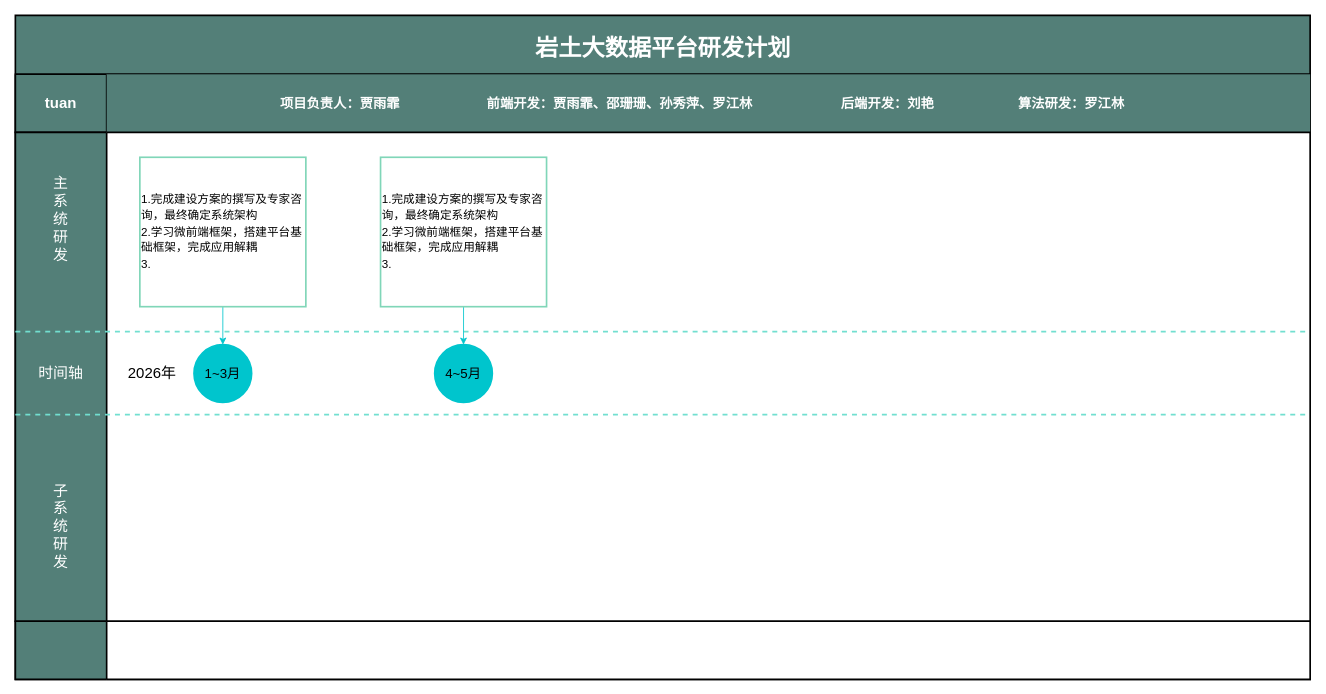
The draw.io diagram page "研发计划" (3 of 3) of 岩土大数据平台架构.drawio in JiaYF1/my_draw_io, before the edit. Source tidied: cells renumbered, new cells numbered last; positions are measured from the earlier drawing's top-left corner, leaving out a move shared by most shapes. Both pictures are drawn from the tidied source at 83%, with x=0, y=0 at pixel (15, 15).
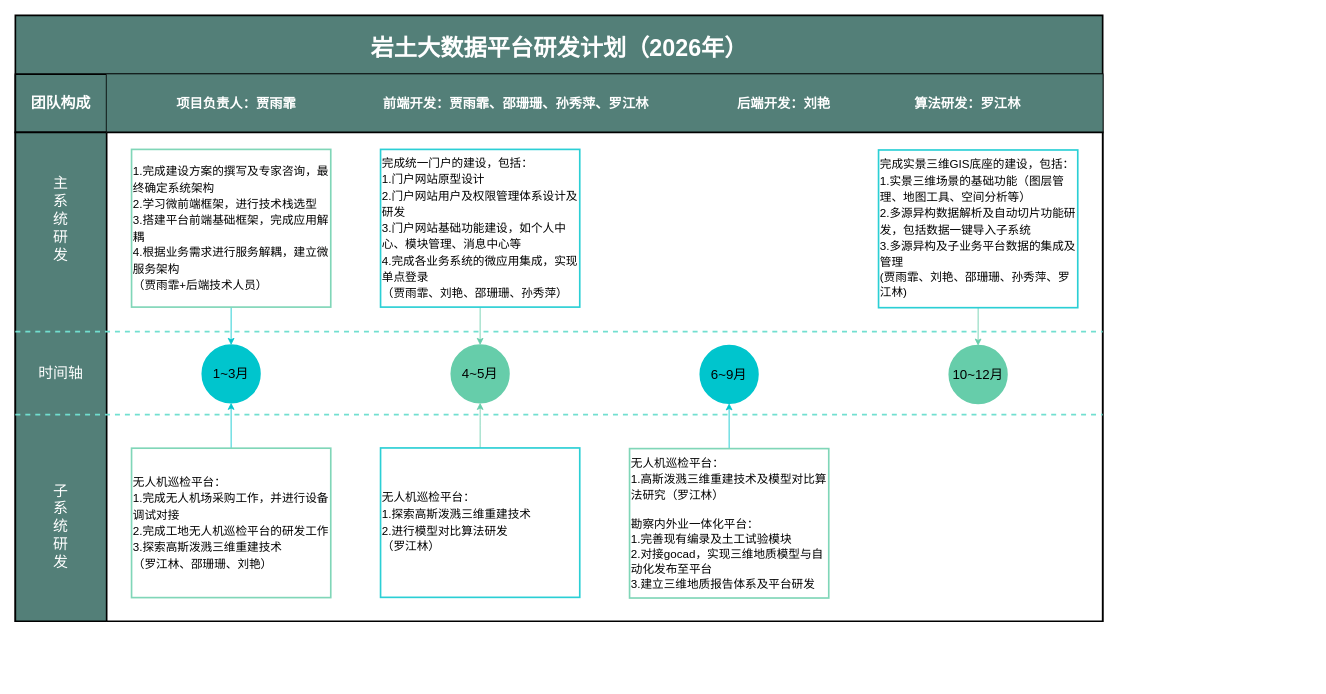
Above is the later version.

Diff of the diagram source:
```diff
@@
-    <mxCell id="2" value="&lt;font style=&quot;color: light-dark(rgb(255, 255, 255), rgb(237, 237, 237)); font-size: 28px;&quot;&gt;岩土大数据平台研发计划&lt;/font&gt;" style="swimlane;horizontal=1;startSize=71;html=1;strokeWidth=2;align=center;verticalAlign=middle;fontFamily=Helvetica;fontSize=42;fontStyle=1;labelBackgroundColor=none;rounded=0;fillColor=light-dark(#537F78,#EDEDED);swimlaneLine=1;glass=0;" parent="1" vertex="1">
-      <mxGeometry width="1560" height="800" as="geometry" />
+    <mxCell id="2" value="&lt;font style=&quot;color: light-dark(rgb(255, 255, 255), rgb(237, 237, 237)); font-size: 28px;&quot;&gt;岩土大数据平台研发计划（2026年）&lt;/font&gt;" style="swimlane;horizontal=1;startSize=71;html=1;strokeWidth=2;align=center;verticalAlign=middle;fontFamily=Helvetica;fontSize=42;fontStyle=1;labelBackgroundColor=none;rounded=0;fillColor=light-dark(#537F78,#EDEDED);swimlaneLine=1;glass=0;" parent="1" vertex="1">
+      <mxGeometry width="1310" height="730" as="geometry" />
     </mxCell>
     <mxCell id="3" style="swimlane;startSize=110;horizontal=0;strokeWidth=2;align=center;verticalAlign=middle;fontFamily=Helvetica;fontSize=42;fontStyle=1;labelBackgroundColor=none;rounded=0;swimlaneFillColor=default;strokeColor=default;fillColor=light-dark(#537F78,#EDEDED);labelPosition=center;verticalLabelPosition=middle;textDirection=rtl;fontColor=default;spacing=0;swimlaneLine=1;" parent="2" vertex="1">
-      <mxGeometry y="71" width="1560" height="70" as="geometry" />
+      <mxGeometry y="71" width="1310" height="70" as="geometry" />
     </mxCell>
     <mxCell id="4" value="&lt;font style=&quot;font-size: 16px; color: light-dark(rgb(255, 255, 255), rgb(237, 237, 237));&quot;&gt;&lt;b&gt;项目负责人：贾雨霏&lt;span style=&quot;white-space: pre;&quot;&gt;&#9;&lt;span style=&quot;white-space: pre;&quot;&gt;&#9;&lt;span style=&quot;white-space: pre;&quot;&gt;&#9;&lt;/span&gt;&lt;/span&gt;&lt;/span&gt;前端开发：贾雨霏、邵珊珊、孙秀萍、罗江林&lt;span style=&quot;white-space: pre;&quot;&gt;&#9;&lt;/span&gt;&lt;span style=&quot;white-space: pre;&quot;&gt;&#9;&lt;span style=&quot;white-space: pre;&quot;&gt;&#9;&lt;/span&gt;&lt;/span&gt;后端开发：刘艳&lt;span style=&quot;white-space: pre;&quot;&gt;&#9;&lt;/span&gt;&lt;span style=&quot;white-space: pre;&quot;&gt;&#9;&lt;span style=&quot;white-space: pre;&quot;&gt;&#9;&lt;/span&gt;&lt;/span&gt;算法研发：罗江林&lt;span style=&quot;white-space: pre;&quot;&gt;&#9;&lt;/span&gt;&lt;/b&gt;&lt;/font&gt;" style="text;html=1;whiteSpace=wrap;strokeColor=none;fillColor=light-dark(#537f78, #ededed);align=center;verticalAlign=middle;rounded=0;" parent="3" vertex="1">
-      <mxGeometry x="110" width="1450" height="70" as="geometry" />
+      <mxGeometry x="110" width="1200" height="70" as="geometry" />
     </mxCell>
-    <mxCell id="5" value="tuan" style="text;html=1;whiteSpace=wrap;strokeColor=none;fillColor=none;align=center;verticalAlign=middle;rounded=0;fontSize=18;fontColor=light-dark(#ffffff, #ededed);fontStyle=1;" parent="3" vertex="1">
+    <mxCell id="5" value="团队构成" style="text;html=1;whiteSpace=wrap;strokeColor=none;fillColor=none;align=center;verticalAlign=middle;rounded=0;fontSize=18;fontColor=light-dark(#ffffff, #ededed);fontStyle=1;" parent="3" vertex="1">
       <mxGeometry y="20" width="110" height="30" as="geometry" />
     </mxCell>
     <mxCell id="6" style="swimlane;startSize=110;horizontal=0;strokeWidth=2;align=center;verticalAlign=middle;fontFamily=Helvetica;fontSize=32;fontStyle=1;labelBackgroundColor=none;rounded=0;swimlaneFillColor=default;strokeColor=default;fillColor=light-dark(#537F78,#EDEDED);fontColor=light-dark(#fdfcfc, #ededed);html=1;convertToSvg=0;labelBorderColor=none;textShadow=0;movableLabel=0;fixedWidth=0;" parent="2" vertex="1">
-      <mxGeometry y="141" width="1560" height="589" as="geometry" />
+      <mxGeometry y="141" width="1310" height="589" as="geometry" />
     </mxCell>
@@
     <mxCell id="10" value="&lt;font style=&quot;font-size: 16px;&quot;&gt;1~3月&lt;/font&gt;" style="ellipse;whiteSpace=wrap;html=1;fillColor=light-dark(#00c5cd, #ededed);strokeColor=light-dark(#00c5cd, #ededed);strokeWidth=2;" parent="6" vertex="1">
-      <mxGeometry x="215.2" y="255.8" width="69.5" height="69.5" as="geometry" />
+      <mxGeometry x="225.2" y="256.2" width="69.5" height="69.5" as="geometry" />
     </mxCell>
-    <mxCell id="11" style="endArrow=none;dashed=1;html=1;exitX=0;exitY=0.5;exitDx=0;exitDy=0;entryX=1;entryY=0.5;entryDx=0;entryDy=0;strokeColor=light-dark(#72dfd0, #ededed);strokeWidth=2;" parent="6" edge="1">
+    <mxCell id="11" style="endArrow=none;dashed=1;html=1;exitX=0;exitY=0.5;exitDx=0;exitDy=0;strokeColor=light-dark(#72dfd0, #ededed);strokeWidth=2;" parent="6" edge="1">
       <mxGeometry relative="1" as="geometry">
         <mxPoint y="240" as="sourcePoint" />
-        <mxPoint x="1560" y="240" as="targetPoint" />
+        <mxPoint x="1310" y="240" as="targetPoint" />
       </mxGeometry>
     </mxCell>
-    <mxCell id="12" style="endArrow=none;dashed=1;html=1;exitX=0;exitY=0.5;exitDx=0;exitDy=0;entryX=1;entryY=0.5;entryDx=0;entryDy=0;strokeColor=light-dark(#72dfd0, #ededed);strokeWidth=2;" parent="6" edge="1">
+    <mxCell id="12" style="endArrow=none;dashed=1;html=1;exitX=0;exitY=0.5;exitDx=0;exitDy=0;strokeColor=light-dark(#72dfd0, #ededed);strokeWidth=2;" parent="6" edge="1">
       <mxGeometry relative="1" as="geometry">
         <mxPoint y="340" as="sourcePoint" />
-        <mxPoint x="1560" y="340" as="targetPoint" />
+        <mxPoint x="1310" y="340" as="targetPoint" />
       </mxGeometry>
     </mxCell>
-    <mxCell id="13" value="&lt;font style=&quot;font-size: 18px;&quot;&gt;2026年&lt;/font&gt;" style="text;html=1;whiteSpace=wrap;strokeColor=none;fillColor=none;align=center;verticalAlign=middle;rounded=0;" parent="6" vertex="1">
-      <mxGeometry x="130" y="275.5" width="70" height="30" as="geometry" />
-    </mxCell>
@@
-    <mxCell id="15" value="&lt;div style=&quot;line-height: 140%;&quot;&gt;&lt;font style=&quot;font-size: 14px; line-height: 140%;&quot;&gt;1.完成建设方案的撰写及专家咨询，最终确定系统架构&lt;/font&gt;&lt;div&gt;&lt;font style=&quot;font-size: 14px; line-height: 140%;&quot;&gt;2.学习微前端框架，搭建平台基础框架，完成应用解耦&lt;/font&gt;&lt;/div&gt;&lt;div&gt;&lt;font style=&quot;font-size: 14px; line-height: 140%;&quot;&gt;3.&lt;/font&gt;&lt;/div&gt;&lt;/div&gt;" style="rounded=0;whiteSpace=wrap;html=1;strokeColor=light-dark(#80d6b8, #ededed);strokeWidth=2;align=left;" parent="6" vertex="1">
-      <mxGeometry x="150" y="30" width="200" height="180" as="geometry" />
+    <mxCell id="15" value="&lt;div style=&quot;line-height: 140%;&quot;&gt;&lt;font style=&quot;font-size: 14px; line-height: 140%;&quot;&gt;1.完成建设方案的撰写及专家咨询，最终确定系统架构&lt;/font&gt;&lt;div&gt;&lt;font style=&quot;font-size: 14px; line-height: 140%;&quot;&gt;2.学习微前端框架，进行技术栈选型&lt;/font&gt;&lt;/div&gt;&lt;div&gt;&lt;font style=&quot;font-size: 14px; line-height: 140%;&quot;&gt;3.搭建平台前端基础框架，完成应用解耦&lt;/font&gt;&lt;/div&gt;&lt;div&gt;&lt;font style=&quot;font-size: 14px; line-height: 140%;&quot;&gt;4.根据业务需求进行服务解耦，建立微服务架构&lt;/font&gt;&lt;/div&gt;&lt;div&gt;&lt;font style=&quot;font-size: 14px; line-height: 140%;&quot;&gt;（贾雨霏+后端技术人员）&lt;/font&gt;&lt;/div&gt;&lt;/div&gt;" style="rounded=0;whiteSpace=wrap;html=1;strokeColor=light-dark(#80d6b8, #ededed);strokeWidth=2;align=left;" parent="6" vertex="1">
+      <mxGeometry x="140" y="20.5" width="240" height="190" as="geometry" />
     </mxCell>
-    <mxCell id="16" value="&lt;font style=&quot;font-size: 16px;&quot;&gt;4~5月&lt;/font&gt;" style="ellipse;whiteSpace=wrap;html=1;fillColor=light-dark(#00c5cd, #ededed);strokeColor=light-dark(#00c5cd, #ededed);strokeWidth=2;" parent="6" vertex="1">
-      <mxGeometry x="505.2" y="255.8" width="69.5" height="69.5" as="geometry" />
+    <mxCell id="16" value="&lt;font style=&quot;font-size: 16px;&quot;&gt;4~5月&lt;/font&gt;" style="ellipse;whiteSpace=wrap;html=1;fillColor=light-dark(#66cdaa, #ededed);strokeColor=light-dark(#66cdaa, #ededed);strokeWidth=2;" parent="6" vertex="1">
+      <mxGeometry x="525.2" y="256.2" width="69.5" height="69.5" as="geometry" />
     </mxCell>
-    <mxCell id="17" style="edgeStyle=orthogonalEdgeStyle;jettySize=auto;html=1;exitX=0.5;exitY=1;exitDx=0;exitDy=0;entryX=0.5;entryY=0;entryDx=0;entryDy=0;strokeColor=light-dark(#00c5cd, #ededed);" parent="6" edge="1" source="18" target="16">
+    <mxCell id="17" style="edgeStyle=orthogonalEdgeStyle;jettySize=auto;html=1;exitX=0.5;exitY=1;exitDx=0;exitDy=0;entryX=0.5;entryY=0;entryDx=0;entryDy=0;strokeColor=light-dark(#66cdaa, #ededed);" parent="6" edge="1" source="18" target="16">
       <mxGeometry relative="1" as="geometry" />
     </mxCell>
-    <mxCell id="18" value="&lt;div style=&quot;line-height: 140%;&quot;&gt;&lt;font style=&quot;font-size: 14px; line-height: 140%;&quot;&gt;1.完成建设方案的撰写及专家咨询，最终确定系统架构&lt;/font&gt;&lt;div&gt;&lt;font style=&quot;font-size: 14px; line-height: 140%;&quot;&gt;2.学习微前端框架，搭建平台基础框架，完成应用解耦&lt;/font&gt;&lt;/div&gt;&lt;div&gt;&lt;font style=&quot;font-size: 14px; line-height: 140%;&quot;&gt;3.&lt;/font&gt;&lt;/div&gt;&lt;/div&gt;" style="rounded=0;whiteSpace=wrap;html=1;strokeColor=light-dark(#80d6b8, #ededed);strokeWidth=2;align=left;" parent="6" vertex="1">
-      <mxGeometry x="440" y="30" width="200" height="180" as="geometry" />
+    <mxCell id="18" value="&lt;div style=&quot;line-height: 140%;&quot;&gt;&lt;font style=&quot;font-size: 14px; line-height: 140%;&quot;&gt;完成统一门户的建设，包括：&lt;/font&gt;&lt;div&gt;&lt;font style=&quot;font-size: 14px; line-height: 140%;&quot;&gt;1.门户网站原型设计&lt;/font&gt;&lt;/div&gt;&lt;div&gt;&lt;font style=&quot;font-size: 14px; line-height: 140%;&quot;&gt;2.门户网站用户及权限管理体系设计及研发&lt;/font&gt;&lt;/div&gt;&lt;div&gt;&lt;font style=&quot;font-size: 14px; line-height: 140%;&quot;&gt;3.门户网站基础功能建设，如个人中心、模块管理、消息中心等&lt;/font&gt;&lt;/div&gt;&lt;div&gt;&lt;font style=&quot;font-size: 14px; line-height: 140%;&quot;&gt;4.完成各业务系统的微应用集成，实现单点登录&lt;/font&gt;&lt;/div&gt;&lt;div&gt;&lt;font style=&quot;font-size: 14px; line-height: 140%;&quot;&gt;（&lt;/font&gt;&lt;span style=&quot;font-size: 14px; background-color: transparent; color: light-dark(rgb(0, 0, 0), rgb(255, 255, 255));&quot;&gt;贾雨霏、刘艳、邵珊珊、孙秀萍&lt;/span&gt;&lt;span style=&quot;font-size: 14px; background-color: transparent; color: light-dark(rgb(0, 0, 0), rgb(255, 255, 255));&quot;&gt;）&lt;/span&gt;&lt;/div&gt;&lt;/div&gt;" style="rounded=0;whiteSpace=wrap;html=1;strokeColor=light-dark(#2bcfd5, #ededed);strokeWidth=2;align=left;" parent="6" vertex="1">
+      <mxGeometry x="440" y="20.5" width="240" height="190" as="geometry" />
     </mxCell>
-    <mxCell id="19" style="swimlane;startSize=110;horizontal=0;strokeWidth=2;align=center;verticalAlign=middle;fontFamily=Helvetica;fontSize=32;fontStyle=1;labelBackgroundColor=none;rounded=0;swimlaneFillColor=default;strokeColor=default;fillColor=light-dark(#537F78,#EDEDED);fontColor=light-dark(#fdfcfc, #ededed);html=1;convertToSvg=0;labelBorderColor=none;textShadow=0;movableLabel=0;fixedWidth=0;" parent="2" vertex="1">
-      <mxGeometry y="730" width="1560" height="70" as="geometry" />
-    </mxCell>
+    <mxCell id="20" style="edgeStyle=orthogonalEdgeStyle;jettySize=auto;html=1;exitX=0.5;exitY=0;exitDx=0;exitDy=0;strokeColor=light-dark(#00c5cd, #ededed);entryX=0.5;entryY=1;entryDx=0;entryDy=0;" parent="6" edge="1" source="21" target="10">
+      <mxGeometry relative="1" as="geometry" />
+    </mxCell>
+    <mxCell id="21" value="&lt;div style=&quot;line-height: 140%;&quot;&gt;&lt;font style=&quot;font-size: 14px; line-height: 140%;&quot;&gt;无人机巡检平台：&lt;/font&gt;&lt;/div&gt;&lt;div style=&quot;line-height: 140%;&quot;&gt;&lt;font style=&quot;font-size: 14px; line-height: 140%;&quot;&gt;1.完成无人机场采购工作，并进行设备调试对接&lt;/font&gt;&lt;div&gt;&lt;font style=&quot;font-size: 14px; line-height: 140%;&quot;&gt;2.完成工地无人机巡检平台的研发工作&lt;/font&gt;&lt;/div&gt;&lt;div&gt;&lt;font style=&quot;font-size: 14px; line-height: 140%;&quot;&gt;3.探索高斯泼溅三维重建技术&lt;/font&gt;&lt;/div&gt;&lt;div&gt;&lt;font style=&quot;font-size: 14px; line-height: 140%;&quot;&gt;（罗江林、邵珊珊、刘艳）&lt;/font&gt;&lt;/div&gt;&lt;/div&gt;" style="rounded=0;whiteSpace=wrap;html=1;strokeColor=light-dark(#80d6b8, #ededed);strokeWidth=2;align=left;" parent="6" vertex="1">
+      <mxGeometry x="140" y="380.5" width="240" height="180" as="geometry" />
+    </mxCell>
+    <mxCell id="22" style="edgeStyle=orthogonalEdgeStyle;jettySize=auto;html=1;exitX=0.5;exitY=0;exitDx=0;exitDy=0;strokeColor=light-dark(#66cdaa, #ededed);entryX=0.5;entryY=1;entryDx=0;entryDy=0;" parent="6" edge="1" source="23">
+      <mxGeometry relative="1" as="geometry">
+        <mxPoint x="560" y="325.8" as="targetPoint" />
+      </mxGeometry>
+    </mxCell>
+    <mxCell id="23" value="&lt;div style=&quot;line-height: 140%;&quot;&gt;&lt;font style=&quot;font-size: 14px; line-height: 140%;&quot;&gt;无人机巡检平台：&lt;/font&gt;&lt;/div&gt;&lt;div style=&quot;line-height: 140%;&quot;&gt;&lt;div&gt;&lt;font style=&quot;font-size: 14px; line-height: 140%;&quot;&gt;1.探索高斯泼溅三维重建技术&lt;/font&gt;&lt;/div&gt;&lt;div&gt;&lt;font style=&quot;font-size: 14px; line-height: 140%;&quot;&gt;2.进行模型对比算法研发&lt;/font&gt;&lt;/div&gt;&lt;div&gt;&lt;font style=&quot;font-size: 14px; line-height: 140%;&quot;&gt;（罗江林）&lt;/font&gt;&lt;/div&gt;&lt;/div&gt;" style="rounded=0;whiteSpace=wrap;html=1;strokeColor=light-dark(#2bcfd5, #ededed);strokeWidth=2;align=left;" parent="6" vertex="1">
+      <mxGeometry x="440" y="380.2" width="240" height="180" as="geometry" />
+    </mxCell>
+    <mxCell id="24" value="&lt;font style=&quot;font-size: 16px;&quot;&gt;6~9月&lt;/font&gt;" style="ellipse;whiteSpace=wrap;html=1;fillColor=light-dark(#00c5cd, #ededed);strokeColor=light-dark(#00c5cd, #ededed);strokeWidth=2;" parent="6" vertex="1">
+      <mxGeometry x="825.2" y="256.8" width="69.5" height="69.5" as="geometry" />
+    </mxCell>
+    <mxCell id="25" style="edgeStyle=orthogonalEdgeStyle;jettySize=auto;html=1;exitX=0.5;exitY=0;exitDx=0;exitDy=0;strokeColor=light-dark(#00c5cd, #ededed);entryX=0.5;entryY=1;entryDx=0;entryDy=0;" parent="6" edge="1" source="26" target="24">
+      <mxGeometry relative="1" as="geometry" />
+    </mxCell>
+    <mxCell id="26" value="&lt;div style=&quot;line-height: 140%;&quot;&gt;&lt;font style=&quot;font-size: 14px; line-height: 140%;&quot;&gt;无人机巡检平台：&lt;/font&gt;&lt;/div&gt;&lt;div style=&quot;line-height: 140%;&quot;&gt;&lt;font style=&quot;font-size: 14px; line-height: 140%;&quot;&gt;1.&lt;/font&gt;&lt;span style=&quot;font-size: 14px; background-color: transparent; color: light-dark(rgb(0, 0, 0), rgb(255, 255, 255));&quot;&gt;高斯泼溅三维重建技术及模型对比算法研究&lt;/span&gt;&lt;span style=&quot;font-size: 14px; background-color: transparent; color: light-dark(rgb(0, 0, 0), rgb(255, 255, 255));&quot;&gt;（罗江林）&lt;/span&gt;&lt;/div&gt;&lt;div style=&quot;line-height: 140%;&quot;&gt;&lt;span style=&quot;font-size: 14px; background-color: transparent; color: light-dark(rgb(0, 0, 0), rgb(255, 255, 255));&quot;&gt;&lt;br&gt;&lt;/span&gt;&lt;/div&gt;&lt;div style=&quot;line-height: 140%;&quot;&gt;&lt;span style=&quot;font-size: 14px; background-color: transparent; color: light-dark(rgb(0, 0, 0), rgb(255, 255, 255));&quot;&gt;勘察内外业一体化平台：&lt;/span&gt;&lt;/div&gt;&lt;div style=&quot;line-height: 140%;&quot;&gt;&lt;span style=&quot;font-size: 14px; background-color: transparent; color: light-dark(rgb(0, 0, 0), rgb(255, 255, 255));&quot;&gt;1.完善现有编录及土工试验模块&lt;/span&gt;&lt;/div&gt;&lt;div style=&quot;line-height: 140%;&quot;&gt;&lt;span style=&quot;font-size: 14px; background-color: transparent; color: light-dark(rgb(0, 0, 0), rgb(255, 255, 255));&quot;&gt;2.对接gocad，实现三维地质模型与自动化发布至平台&lt;/span&gt;&lt;/div&gt;&lt;div style=&quot;line-height: 140%;&quot;&gt;&lt;span style=&quot;font-size: 14px; background-color: transparent; color: light-dark(rgb(0, 0, 0), rgb(255, 255, 255));&quot;&gt;3.建立三维地质报告体系及平台研发&lt;/span&gt;&lt;/div&gt;" style="rounded=0;whiteSpace=wrap;html=1;strokeColor=light-dark(#80d6b8, #ededed);strokeWidth=2;align=left;" parent="6" vertex="1">
+      <mxGeometry x="740" y="381" width="240" height="180" as="geometry" />
+    </mxCell>
+    <mxCell id="27" value="&lt;font style=&quot;font-size: 16px;&quot;&gt;10~12月&lt;/font&gt;" style="ellipse;whiteSpace=wrap;html=1;fillColor=light-dark(#66cdaa, #ededed);strokeColor=light-dark(#66cdaa, #ededed);strokeWidth=2;" parent="6" vertex="1">
+      <mxGeometry x="1125.2" y="257" width="69.5" height="69.5" as="geometry" />
+    </mxCell>
+    <mxCell id="28" style="edgeStyle=orthogonalEdgeStyle;jettySize=auto;html=1;exitX=0.5;exitY=1;exitDx=0;exitDy=0;entryX=0.5;entryY=0;entryDx=0;entryDy=0;strokeColor=light-dark(#66cdaa, #ededed);" parent="6" edge="1" source="29" target="27">
+      <mxGeometry relative="1" as="geometry" />
+    </mxCell>
+    <mxCell id="29" value="&lt;div style=&quot;line-height: 140%;&quot;&gt;&lt;font style=&quot;font-size: 14px; line-height: 140%;&quot;&gt;完成实景三维GIS底座的建设，包括：&lt;/font&gt;&lt;div&gt;&lt;font style=&quot;font-size: 14px; line-height: 140%;&quot;&gt;1.实景三维场景的基础功能（图层管理、地图工具、空间分析等）&lt;/font&gt;&lt;/div&gt;&lt;div&gt;&lt;font style=&quot;font-size: 14px; line-height: 140%;&quot;&gt;2.多源异构数据解析及自动切片功能研发，包括数据一键导入子系统&lt;/font&gt;&lt;/div&gt;&lt;div&gt;&lt;font style=&quot;font-size: 14px; line-height: 140%;&quot;&gt;3.多源异构及子业务平台数据的集成及管理&lt;/font&gt;&lt;/div&gt;&lt;div&gt;&lt;span style=&quot;font-size: 14px; background-color: transparent; color: light-dark(rgb(0, 0, 0), rgb(255, 255, 255));&quot;&gt;(贾雨霏、刘艳、邵珊珊、孙秀萍、罗江林)&lt;/span&gt;&lt;/div&gt;&lt;/div&gt;" style="rounded=0;whiteSpace=wrap;html=1;strokeColor=light-dark(#2bcfd5, #ededed);strokeWidth=2;align=left;" parent="6" vertex="1">
+      <mxGeometry x="1040" y="21.2" width="240" height="190" as="geometry" />
+    </mxCell>
```
